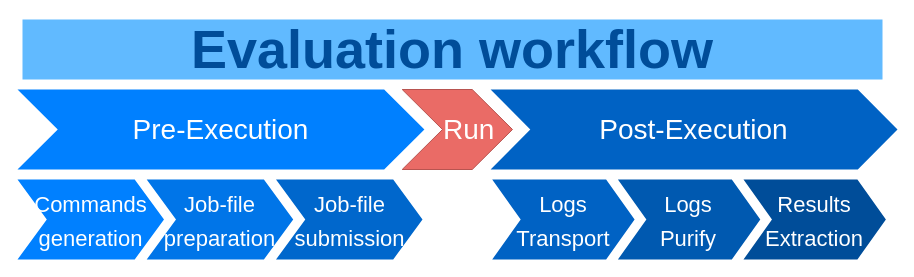
ShayanBits/BT-diagams keeps this draw.io diagram as Untitled Diagram.drawio. Above is the earlier version. Source tidied: cells renumbered, new cells numbered last; positions are measured from the earlier drawing's top-left corner, leaving out a move shared by most shapes. Both pictures are drawn from the tidied source at 100%, with x=0, y=0 at pixel (17, 19).
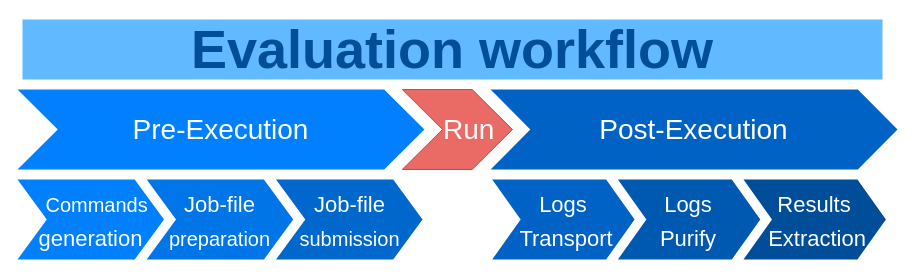
Above is the later version.

Diff of the diagram source:
```diff
@@
 <mxGraphModel background="#ffffff">
   <root>
     <mxCell id="0" />
     <mxCell id="1" parent="0" />
     <mxCell id="2" value="Evaluation workflow" style="text;html=1;strokeColor=none;fillColor=#61BAFF;align=center;verticalAlign=middle;whiteSpace=wrap;fontSize=54;fontStyle=1;fontColor=#004D99;" parent="1" vertex="1">
       <mxGeometry x="5" width="860" height="60" as="geometry" />
     </mxCell>
     <mxCell id="3" value="Pre-Execution" style="shape=step;whiteSpace=wrap;html=1;fontSize=28;fillColor=#0080FF;fontColor=#FFFFFF;strokeColor=none;size=0.0989010989010989;" parent="1" vertex="1">
       <mxGeometry y="70" width="406.9" height="80" as="geometry" />
     </mxCell>
-    <mxCell id="4" value="&lt;font style=&quot;font-size: 22px&quot;&gt;Commands generation&lt;/font&gt;" style="shape=step;whiteSpace=wrap;html=1;fontSize=28;fillColor=#0080FF;fontColor=#FFFFFF;strokeColor=none;" parent="1" vertex="1">
+    <mxCell id="4" value="&lt;font style=&quot;font-size: 22px&quot;&gt;&amp;nbsp; &lt;/font&gt;&lt;font&gt;&lt;font style=&quot;font-size: 20px&quot;&gt;Commands&lt;/font&gt;&lt;br&gt;&lt;span style=&quot;font-size: 22px&quot;&gt;generation&lt;/span&gt;&lt;/font&gt;" style="shape=step;whiteSpace=wrap;html=1;fontSize=28;fillColor=#0080FF;fontColor=#FFFFFF;strokeColor=none;" parent="1" vertex="1">
       <mxGeometry y="160" width="146.5" height="80" as="geometry" />
     </mxCell>
-    <mxCell id="5" value="&lt;font style=&quot;font-size: 22px&quot;&gt;Job-file preparation&lt;/font&gt;" style="shape=step;whiteSpace=wrap;html=1;fontSize=28;fillColor=#0075E8;fontColor=#FFFFFF;strokeColor=none;" parent="1" vertex="1">
+    <mxCell id="5" value="&lt;font style=&quot;font-size: 22px&quot;&gt;Job-file &lt;/font&gt;&lt;font style=&quot;font-size: 20px&quot;&gt;preparation&lt;/font&gt;" style="shape=step;whiteSpace=wrap;html=1;fontSize=28;fillColor=#0075E8;fontColor=#FFFFFF;strokeColor=none;" parent="1" vertex="1">
       <mxGeometry x="129.2" y="160" width="146.5" height="80" as="geometry" />
     </mxCell>
-    <mxCell id="6" value="&lt;span style=&quot;font-size: 22px&quot;&gt;Job-file submission&lt;/span&gt;" style="shape=step;whiteSpace=wrap;html=1;fontSize=28;fillColor=#0067CC;fontColor=#FFFFFF;strokeColor=none;" parent="1" vertex="1">
+    <mxCell id="6" value="&lt;span style=&quot;font-size: 22px&quot;&gt;Job-file &lt;/span&gt;&lt;font style=&quot;font-size: 20px&quot;&gt;submission&lt;/font&gt;" style="shape=step;whiteSpace=wrap;html=1;fontSize=28;fillColor=#0067CC;fontColor=#FFFFFF;strokeColor=none;" parent="1" vertex="1">
       <mxGeometry x="258.5" y="160" width="146.5" height="80" as="geometry" />
     </mxCell>
     <mxCell id="7" value="Post-Execution" style="shape=step;whiteSpace=wrap;html=1;fontSize=28;fillColor=#0062C4;fontColor=#FFFFFF;strokeColor=none;size=0.0975609756097561;" parent="1" vertex="1">
       <mxGeometry x="473.1" y="70" width="406.9" height="80" as="geometry" />
     </mxCell>
-    <mxCell id="8" value="&lt;font style=&quot;font-size: 22px&quot;&gt;Logs&lt;br&gt;Transport&lt;/font&gt;" style="shape=step;whiteSpace=wrap;html=1;fontSize=28;fillColor=#0062C4;fontColor=#FFFFFF;strokeColor=none;" parent="1" vertex="1">
+    <mxCell id="8" value="&lt;font style=&quot;font-size: 22px&quot;&gt;Logs&lt;br&gt;&amp;nbsp;Transport&lt;/font&gt;" style="shape=step;whiteSpace=wrap;html=1;fontSize=28;fillColor=#0062C4;fontColor=#FFFFFF;strokeColor=none;" parent="1" vertex="1">
       <mxGeometry x="474.7" y="160" width="142.4" height="80" as="geometry" />
     </mxCell>
     <mxCell id="9" value="&lt;font style=&quot;font-size: 22px&quot;&gt;Logs&lt;br&gt;Purify&lt;/font&gt;" style="shape=step;whiteSpace=wrap;html=1;fontSize=28;fillColor=#0059B0;fontColor=#FFFFFF;strokeColor=none;" parent="1" vertex="1">
       <mxGeometry x="600.4" y="160" width="142.4" height="80" as="geometry" />
     </mxCell>
-    <mxCell id="10" value="&lt;font style=&quot;font-size: 22px&quot;&gt;Results&lt;br&gt;Extraction&lt;/font&gt;" style="shape=step;whiteSpace=wrap;html=1;fontSize=28;fillColor=#004D99;fontColor=#FFFFFF;strokeColor=none;" parent="1" vertex="1">
+    <mxCell id="10" value="&lt;font style=&quot;font-size: 22px&quot;&gt;Results&lt;br&gt;&amp;nbsp;Extraction&lt;/font&gt;" style="shape=step;whiteSpace=wrap;html=1;fontSize=28;fillColor=#004D99;fontColor=#FFFFFF;strokeColor=none;" parent="1" vertex="1">
       <mxGeometry x="726" y="160" width="142.4" height="80" as="geometry" />
     </mxCell>
     <mxCell id="11" value="&lt;font color=&quot;#ffffff&quot; style=&quot;font-size: 28px&quot;&gt;&amp;nbsp; &amp;nbsp;Run&lt;/font&gt;" style="shape=step;whiteSpace=wrap;html=1;fontSize=28;strokeColor=#b85450;size=0.36525208560028993;fillColor=#EA6B66;" parent="1" vertex="1">
       <mxGeometry x="384.7" y="70" width="110.3" height="80" as="geometry" />
     </mxCell>
   </root>
 </mxGraphModel>
```
